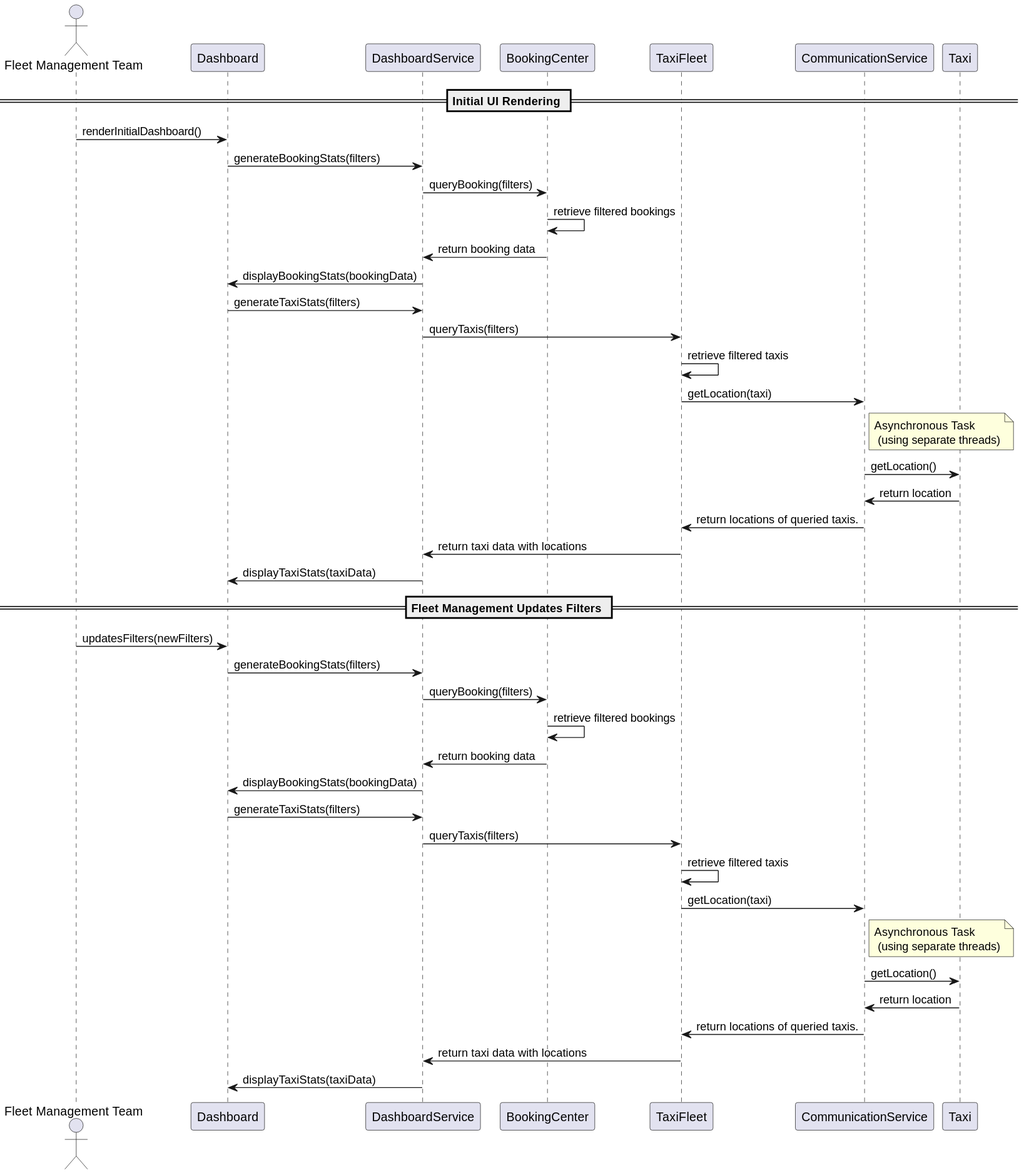
Palrajjayaraj/TaxiFleetCommunication keeps this PlantUML diagram as Design/DashboardServiceSequence.svg. Above is the earlier version. Its diagram source:
```plantuml
@startuml
actor "Fleet Management Team" as FleetTeam

== Initial UI Rendering ==

FleetTeam -> Dashboard : renderInitialDashboard()
Dashboard -> DashboardService : generateBookingStats(filters)
DashboardService -> BookingCenter : queryBooking(filters)
BookingCenter -> BookingCenter : retrieve filtered bookings
BookingCenter -> DashboardService : return booking data
DashboardService -> Dashboard : displayBookingStats(bookingData)

Dashboard -> DashboardService : generateTaxiStats(filters)
DashboardService -> TaxiFleet : queryTaxis(filters)
TaxiFleet -> TaxiFleet : retrieve filtered taxis
TaxiFleet -> CommunicationService : getLocation(taxi)
note right of CommunicationService : Asynchronous Task \n (using separate threads)
CommunicationService-> Taxi : getLocation()
Taxi -> CommunicationService : return location
CommunicationService -> TaxiFleet : return locations of queried taxis.
TaxiFleet -> DashboardService : return taxi data with locations
DashboardService -> Dashboard : displayTaxiStats(taxiData)

== Fleet Management Updates Filters ==

FleetTeam -> Dashboard : updatesFilters(newFilters)
Dashboard -> DashboardService : generateBookingStats(filters)
DashboardService -> BookingCenter : queryBooking(filters)
BookingCenter -> BookingCenter : retrieve filtered bookings
BookingCenter -> DashboardService : return booking data
DashboardService -> Dashboard : displayBookingStats(bookingData)

Dashboard -> DashboardService : generateTaxiStats(filters)
DashboardService -> TaxiFleet : queryTaxis(filters)
TaxiFleet -> TaxiFleet : retrieve filtered taxis
TaxiFleet -> CommunicationService : getLocation(taxi)
note right of CommunicationService : Asynchronous Task \n (using separate threads)
CommunicationService-> Taxi : getLocation()
Taxi -> CommunicationService : return location
CommunicationService -> TaxiFleet : return locations of queried taxis.
TaxiFleet -> DashboardService : return taxi data with locations
DashboardService -> Dashboard : displayTaxiStats(taxiData)
@enduml
```
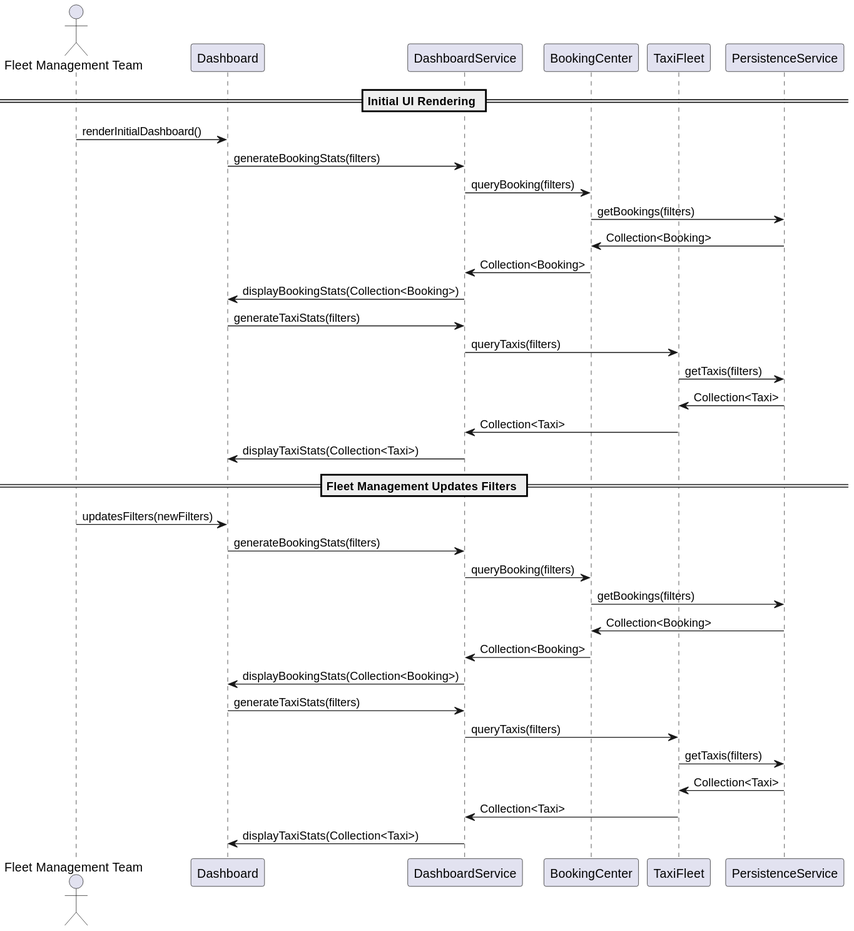
The same file after the commit.

The edit, as a diff of the source:
```diff
@@ -1,43 +1,43 @@
 @startuml
 actor "Fleet Management Team" as FleetTeam
+participant "Dashboard" as Dashboard
+participant "DashboardService" as DashboardService
+participant "BookingCenter" as BookingCenter
+participant "TaxiFleet" as TaxiFleet
+participant "PersistenceService" as PersistenceService
+
 
 == Initial UI Rendering ==
 
 FleetTeam -> Dashboard : renderInitialDashboard()
 Dashboard -> DashboardService : generateBookingStats(filters)
 DashboardService -> BookingCenter : queryBooking(filters)
-BookingCenter -> BookingCenter : retrieve filtered bookings
-BookingCenter -> DashboardService : return booking data
-DashboardService -> Dashboard : displayBookingStats(bookingData)
+BookingCenter -> PersistenceService : getBookings(filters)
+PersistenceService -> BookingCenter : Collection<Booking>
+BookingCenter -> DashboardService : Collection<Booking>
+DashboardService -> Dashboard : displayBookingStats(Collection<Booking>)
 
 Dashboard -> DashboardService : generateTaxiStats(filters)
 DashboardService -> TaxiFleet : queryTaxis(filters)
-TaxiFleet -> TaxiFleet : retrieve filtered taxis
-TaxiFleet -> CommunicationService : getLocation(taxi)
-note right of CommunicationService : Asynchronous Task \n (using separate threads)
-CommunicationService-> Taxi : getLocation()
-Taxi -> CommunicationService : return location
-CommunicationService -> TaxiFleet : return locations of queried taxis.
-TaxiFleet -> DashboardService : return taxi data with locations
-DashboardService -> Dashboard : displayTaxiStats(taxiData)
+TaxiFleet -> PersistenceService : getTaxis(filters)
+PersistenceService -> TaxiFleet : Collection<Taxi>
+TaxiFleet -> DashboardService : Collection<Taxi>
+DashboardService -> Dashboard : displayTaxiStats(Collection<Taxi>)
 
 == Fleet Management Updates Filters ==
 
 FleetTeam -> Dashboard : updatesFilters(newFilters)
 Dashboard -> DashboardService : generateBookingStats(filters)
 DashboardService -> BookingCenter : queryBooking(filters)
-BookingCenter -> BookingCenter : retrieve filtered bookings
-BookingCenter -> DashboardService : return booking data
-DashboardService -> Dashboard : displayBookingStats(bookingData)
+BookingCenter -> PersistenceService : getBookings(filters)
+PersistenceService -> BookingCenter : Collection<Booking>
+BookingCenter -> DashboardService : Collection<Booking>
+DashboardService -> Dashboard : displayBookingStats(Collection<Booking>)
 
 Dashboard -> DashboardService : generateTaxiStats(filters)
 DashboardService -> TaxiFleet : queryTaxis(filters)
-TaxiFleet -> TaxiFleet : retrieve filtered taxis
-TaxiFleet -> CommunicationService : getLocation(taxi)
-note right of CommunicationService : Asynchronous Task \n (using separate threads)
-CommunicationService-> Taxi : getLocation()
-Taxi -> CommunicationService : return location
-CommunicationService -> TaxiFleet : return locations of queried taxis.
-TaxiFleet -> DashboardService : return taxi data with locations
-DashboardService -> Dashboard : displayTaxiStats(taxiData)
+TaxiFleet -> PersistenceService : getTaxis(filters)
+PersistenceService -> TaxiFleet : Collection<Taxi>
+TaxiFleet -> DashboardService : Collection<Taxi>
+DashboardService -> Dashboard : displayTaxiStats(Collection<Taxi>)
 @enduml
```
